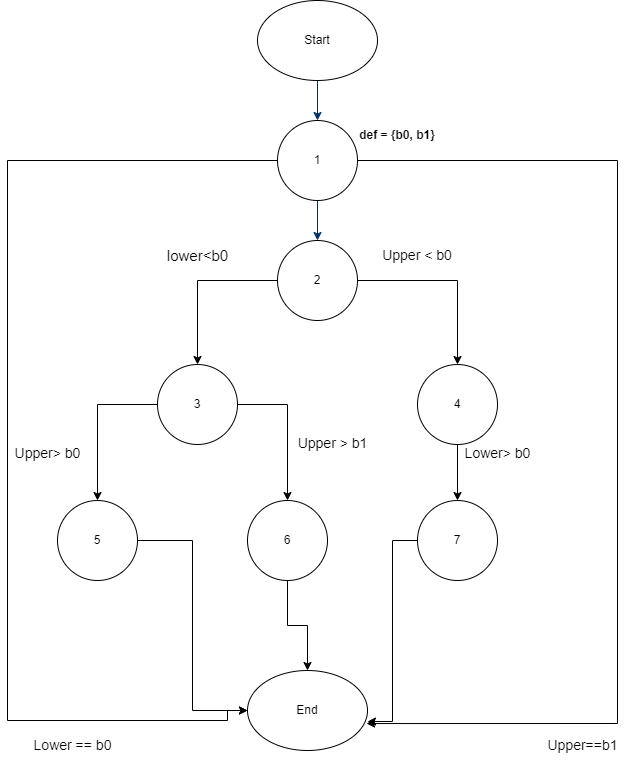
Before: Images/RANGE.drawio.png, a diagram exported from draw.io (jui-kumkum/SENG637_Assignment3_Group4). Source tidied: cells renumbered, new cells last; positions are measured from the earlier drawing's top-left corner, leaving out a move shared by most shapes. The source it was exported from:
```xml
<mxGraphModel>
  <root>
    <mxCell id="0" />
    <mxCell id="1" parent="0" />
    <mxCell id="2" style="fontStyle=1;strokeColor=#003366;strokeWidth=1;html=1;" parent="1" edge="1">
      <mxGeometry relative="1" as="geometry">
        <mxPoint x="315" y="80" as="sourcePoint" />
        <mxPoint x="315" y="120" as="targetPoint" />
      </mxGeometry>
    </mxCell>
    <mxCell id="3" style="fontStyle=1;strokeColor=#003366;strokeWidth=1;html=1;" parent="1" edge="1">
      <mxGeometry relative="1" as="geometry">
        <mxPoint x="315" y="200" as="sourcePoint" />
        <mxPoint x="315" y="240" as="targetPoint" />
      </mxGeometry>
    </mxCell>
    <mxCell id="4" style="edgeStyle=orthogonalEdgeStyle;rounded=0;jettySize=auto;html=1;entryX=0.992;entryY=0.663;entryDx=0;entryDy=0;entryPerimeter=0;" parent="1" edge="1" source="6" target="16">
      <mxGeometry relative="1" as="geometry">
        <Array as="points">
          <mxPoint x="615" y="160" />
          <mxPoint x="615" y="723" />
        </Array>
      </mxGeometry>
    </mxCell>
    <mxCell id="5" style="edgeStyle=orthogonalEdgeStyle;rounded=0;jettySize=auto;html=1;entryX=0;entryY=0.5;entryDx=0;entryDy=0;" parent="1" edge="1" source="6" target="16">
      <mxGeometry relative="1" as="geometry">
        <Array as="points">
          <mxPoint x="5" y="160" />
          <mxPoint x="5" y="720" />
          <mxPoint x="225" y="720" />
        </Array>
      </mxGeometry>
    </mxCell>
    <mxCell id="6" value="1" style="ellipse;whiteSpace=wrap;html=1;" parent="1" vertex="1">
      <mxGeometry x="275" y="120" width="80" height="80" as="geometry" />
    </mxCell>
    <mxCell id="7" style="edgeStyle=orthogonalEdgeStyle;rounded=0;jettySize=auto;html=1;entryX=0.5;entryY=0;entryDx=0;entryDy=0;" parent="1" edge="1" source="9" target="12">
      <mxGeometry relative="1" as="geometry" />
    </mxCell>
    <mxCell id="8" style="edgeStyle=orthogonalEdgeStyle;rounded=0;jettySize=auto;html=1;entryX=0.5;entryY=0;entryDx=0;entryDy=0;" parent="1" edge="1" source="9" target="15">
      <mxGeometry relative="1" as="geometry" />
    </mxCell>
    <mxCell id="9" value="2" style="ellipse;whiteSpace=wrap;html=1;" parent="1" vertex="1">
      <mxGeometry x="275" y="240" width="80" height="80" as="geometry" />
    </mxCell>
    <mxCell id="10" style="edgeStyle=orthogonalEdgeStyle;rounded=0;jettySize=auto;html=1;entryX=0.5;entryY=0;entryDx=0;entryDy=0;" parent="1" edge="1" source="12" target="21">
      <mxGeometry relative="1" as="geometry" />
    </mxCell>
    <mxCell id="11" style="edgeStyle=orthogonalEdgeStyle;rounded=0;jettySize=auto;html=1;entryX=0.5;entryY=0;entryDx=0;entryDy=0;" parent="1" edge="1" source="12" target="23">
      <mxGeometry relative="1" as="geometry" />
    </mxCell>
    <mxCell id="12" value="3" style="ellipse;whiteSpace=wrap;html=1;" parent="1" vertex="1">
      <mxGeometry x="155" y="364" width="80" height="80" as="geometry" />
    </mxCell>
    <mxCell id="13" value="&lt;b&gt;def = {b0, b1}&lt;/b&gt;" style="text;html=1;align=center;verticalAlign=middle;whiteSpace=wrap;rounded=0;" parent="1" vertex="1">
      <mxGeometry x="355" y="120" width="80" height="30" as="geometry" />
    </mxCell>
    <mxCell id="14" style="edgeStyle=orthogonalEdgeStyle;rounded=0;jettySize=auto;html=1;entryX=0.5;entryY=0;entryDx=0;entryDy=0;" parent="1" edge="1" source="15" target="24">
      <mxGeometry relative="1" as="geometry" />
    </mxCell>
    <mxCell id="15" value="4" style="ellipse;whiteSpace=wrap;html=1;" parent="1" vertex="1">
      <mxGeometry x="415" y="364" width="80" height="80" as="geometry" />
    </mxCell>
    <mxCell id="16" value="End" style="ellipse;whiteSpace=wrap;html=1;" parent="1" vertex="1">
      <mxGeometry x="245" y="670" width="120" height="80" as="geometry" />
    </mxCell>
    <mxCell id="17" value="&lt;font style=&quot;font-size: 14px;&quot;&gt;Upper &amp;lt; b0&lt;/font&gt;" style="text;html=1;align=center;verticalAlign=middle;whiteSpace=wrap;rounded=0;" parent="1" vertex="1">
      <mxGeometry x="375" y="240" width="80" height="30" as="geometry" />
    </mxCell>
    <mxCell id="18" value="&lt;font style=&quot;font-size: 15px;&quot;&gt;lower&amp;lt;b0&lt;/font&gt;" style="text;html=1;align=center;verticalAlign=middle;strokeColor=none;fillColor=none;" parent="1" vertex="1">
      <mxGeometry x="155" y="240" width="80" height="30" as="geometry" />
    </mxCell>
    <mxCell id="19" value="Start" style="ellipse;whiteSpace=wrap;html=1;" parent="1" vertex="1">
      <mxGeometry x="255" width="120" height="80" as="geometry" />
    </mxCell>
    <mxCell id="20" style="edgeStyle=orthogonalEdgeStyle;rounded=0;jettySize=auto;html=1;entryX=0;entryY=0.5;entryDx=0;entryDy=0;" parent="1" edge="1" source="21" target="16">
      <mxGeometry relative="1" as="geometry" />
    </mxCell>
    <mxCell id="21" value="5" style="ellipse;whiteSpace=wrap;html=1;" parent="1" vertex="1">
      <mxGeometry x="55" y="500" width="80" height="80" as="geometry" />
    </mxCell>
    <mxCell id="22" style="edgeStyle=orthogonalEdgeStyle;rounded=0;jettySize=auto;html=1;entryX=0.5;entryY=0;entryDx=0;entryDy=0;" parent="1" edge="1" source="23" target="16">
      <mxGeometry relative="1" as="geometry" />
    </mxCell>
    <mxCell id="23" value="6" style="ellipse;whiteSpace=wrap;html=1;" parent="1" vertex="1">
      <mxGeometry x="245" y="500" width="80" height="80" as="geometry" />
    </mxCell>
    <mxCell id="24" value="7" style="ellipse;whiteSpace=wrap;html=1;" parent="1" vertex="1">
      <mxGeometry x="415" y="500" width="80" height="80" as="geometry" />
    </mxCell>
    <mxCell id="25" value="&lt;font style=&quot;font-size: 14px;&quot;&gt;Upper&amp;gt; b0&lt;/font&gt;" style="text;html=1;align=center;verticalAlign=middle;strokeColor=none;fillColor=none;" parent="1" vertex="1">
      <mxGeometry y="438" width="90" height="30" as="geometry" />
    </mxCell>
    <mxCell id="26" value="&lt;font style=&quot;font-size: 14px;&quot;&gt;Upper &amp;gt; b1&lt;br&gt;&lt;/font&gt;" style="text;html=1;align=center;verticalAlign=middle;strokeColor=none;fillColor=none;" parent="1" vertex="1">
      <mxGeometry x="285" y="428" width="90" height="30" as="geometry" />
    </mxCell>
    <mxCell id="27" style="edgeStyle=orthogonalEdgeStyle;rounded=0;jettySize=auto;html=1;entryX=1;entryY=0.638;entryDx=0;entryDy=0;entryPerimeter=0;" parent="1" edge="1" source="24" target="16">
      <mxGeometry relative="1" as="geometry" />
    </mxCell>
    <mxCell id="28" value="&lt;font style=&quot;font-size: 14px;&quot;&gt;Lower&amp;gt; b0&lt;br&gt;&lt;/font&gt;" style="text;html=1;align=center;verticalAlign=middle;strokeColor=none;fillColor=none;" parent="1" vertex="1">
      <mxGeometry x="450" y="438" width="90" height="30" as="geometry" />
    </mxCell>
    <mxCell id="29" value="&lt;font style=&quot;font-size: 14px;&quot;&gt;Upper==b1&lt;/font&gt;" style="text;html=1;align=center;verticalAlign=middle;strokeColor=none;fillColor=none;" parent="1" vertex="1">
      <mxGeometry x="535" y="730" width="90" height="30" as="geometry" />
    </mxCell>
    <mxCell id="30" value="&lt;font style=&quot;font-size: 14px;&quot;&gt;Lower == b0&lt;/font&gt;" style="text;html=1;align=center;verticalAlign=middle;strokeColor=none;fillColor=none;" parent="1" vertex="1">
      <mxGeometry x="20" y="730" width="100" height="30" as="geometry" />
    </mxCell>
  </root>
</mxGraphModel>
```
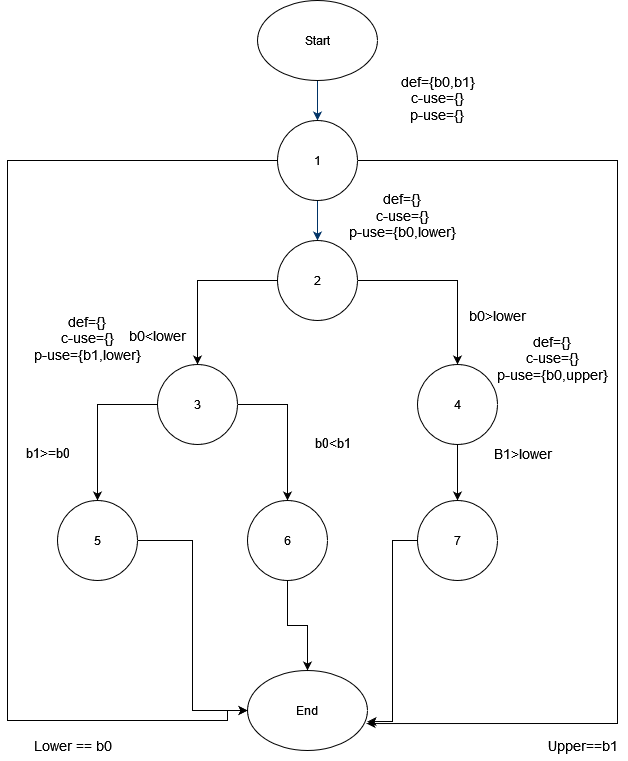
Above is the later version.

The edit, as a diff of the source:
```diff
@@ -52,9 +52,6 @@
     <mxCell id="12" value="3" style="ellipse;whiteSpace=wrap;html=1;" parent="1" vertex="1">
       <mxGeometry x="155" y="364" width="80" height="80" as="geometry" />
     </mxCell>
-    <mxCell id="13" value="&lt;b&gt;def = {b0, b1}&lt;/b&gt;" style="text;html=1;align=center;verticalAlign=middle;whiteSpace=wrap;rounded=0;" parent="1" vertex="1">
-      <mxGeometry x="355" y="120" width="80" height="30" as="geometry" />
-    </mxCell>
     <mxCell id="14" style="edgeStyle=orthogonalEdgeStyle;rounded=0;jettySize=auto;html=1;entryX=0.5;entryY=0;entryDx=0;entryDy=0;" parent="1" edge="1" source="15" target="24">
       <mxGeometry relative="1" as="geometry" />
     </mxCell>
@@ -64,11 +61,11 @@
     <mxCell id="16" value="End" style="ellipse;whiteSpace=wrap;html=1;" parent="1" vertex="1">
       <mxGeometry x="245" y="670" width="120" height="80" as="geometry" />
     </mxCell>
-    <mxCell id="17" value="&lt;font style=&quot;font-size: 14px;&quot;&gt;Upper &amp;lt; b0&lt;/font&gt;" style="text;html=1;align=center;verticalAlign=middle;whiteSpace=wrap;rounded=0;" parent="1" vertex="1">
-      <mxGeometry x="375" y="240" width="80" height="30" as="geometry" />
+    <mxCell id="17" value="&lt;font style=&quot;font-size: 14px;&quot;&gt;b0&amp;gt;lower&lt;/font&gt;" style="text;html=1;align=center;verticalAlign=middle;whiteSpace=wrap;rounded=0;" parent="1" vertex="1">
+      <mxGeometry x="455" y="300" width="80" height="30" as="geometry" />
     </mxCell>
-    <mxCell id="18" value="&lt;font style=&quot;font-size: 15px;&quot;&gt;lower&amp;lt;b0&lt;/font&gt;" style="text;html=1;align=center;verticalAlign=middle;strokeColor=none;fillColor=none;" parent="1" vertex="1">
-      <mxGeometry x="155" y="240" width="80" height="30" as="geometry" />
+    <mxCell id="18" value="&lt;font style=&quot;font-size: 14px;&quot;&gt;b0&amp;lt;lower&lt;/font&gt;" style="text;html=1;align=center;verticalAlign=middle;strokeColor=none;fillColor=none;" parent="1" vertex="1">
+      <mxGeometry x="115" y="320" width="80" height="30" as="geometry" />
     </mxCell>
     <mxCell id="19" value="Start" style="ellipse;whiteSpace=wrap;html=1;" parent="1" vertex="1">
       <mxGeometry x="255" width="120" height="80" as="geometry" />
@@ -88,17 +85,17 @@
     <mxCell id="24" value="7" style="ellipse;whiteSpace=wrap;html=1;" parent="1" vertex="1">
       <mxGeometry x="415" y="500" width="80" height="80" as="geometry" />
     </mxCell>
-    <mxCell id="25" value="&lt;font style=&quot;font-size: 14px;&quot;&gt;Upper&amp;gt; b0&lt;/font&gt;" style="text;html=1;align=center;verticalAlign=middle;strokeColor=none;fillColor=none;" parent="1" vertex="1">
-      <mxGeometry y="438" width="90" height="30" as="geometry" />
+    <mxCell id="25" value="&lt;font style=&quot;font-size: 13px;&quot;&gt;b1&amp;gt;=b0&lt;/font&gt;" style="text;html=1;align=center;verticalAlign=middle;strokeColor=none;fillColor=none;" parent="1" vertex="1">
+      <mxGeometry x="10" y="438" width="70" height="30" as="geometry" />
     </mxCell>
-    <mxCell id="26" value="&lt;font style=&quot;font-size: 14px;&quot;&gt;Upper &amp;gt; b1&lt;br&gt;&lt;/font&gt;" style="text;html=1;align=center;verticalAlign=middle;strokeColor=none;fillColor=none;" parent="1" vertex="1">
-      <mxGeometry x="285" y="428" width="90" height="30" as="geometry" />
+    <mxCell id="26" value="&lt;font style=&quot;font-size: 13px;&quot;&gt;b0&amp;lt;b1&lt;/font&gt;" style="text;html=1;align=center;verticalAlign=middle;strokeColor=none;fillColor=none;" parent="1" vertex="1">
+      <mxGeometry x="300" y="428" width="60" height="30" as="geometry" />
     </mxCell>
     <mxCell id="27" style="edgeStyle=orthogonalEdgeStyle;rounded=0;jettySize=auto;html=1;entryX=1;entryY=0.638;entryDx=0;entryDy=0;entryPerimeter=0;" parent="1" edge="1" source="24" target="16">
       <mxGeometry relative="1" as="geometry" />
     </mxCell>
-    <mxCell id="28" value="&lt;font style=&quot;font-size: 14px;&quot;&gt;Lower&amp;gt; b0&lt;br&gt;&lt;/font&gt;" style="text;html=1;align=center;verticalAlign=middle;strokeColor=none;fillColor=none;" parent="1" vertex="1">
-      <mxGeometry x="450" y="438" width="90" height="30" as="geometry" />
+    <mxCell id="28" value="&lt;font style=&quot;font-size: 14px;&quot;&gt;B1&amp;gt;lower&lt;/font&gt;" style="text;html=1;align=center;verticalAlign=middle;strokeColor=none;fillColor=none;" parent="1" vertex="1">
+      <mxGeometry x="480" y="438" width="80" height="30" as="geometry" />
     </mxCell>
     <mxCell id="29" value="&lt;font style=&quot;font-size: 14px;&quot;&gt;Upper==b1&lt;/font&gt;" style="text;html=1;align=center;verticalAlign=middle;strokeColor=none;fillColor=none;" parent="1" vertex="1">
       <mxGeometry x="535" y="730" width="90" height="30" as="geometry" />
@@ -106,5 +103,17 @@
     <mxCell id="30" value="&lt;font style=&quot;font-size: 14px;&quot;&gt;Lower == b0&lt;/font&gt;" style="text;html=1;align=center;verticalAlign=middle;strokeColor=none;fillColor=none;" parent="1" vertex="1">
       <mxGeometry x="20" y="730" width="100" height="30" as="geometry" />
     </mxCell>
+    <mxCell id="31" value="&lt;br&gt;&lt;font style=&quot;font-size: 14px;&quot;&gt;def={}&lt;br&gt;c-use={}&lt;br&gt;p-use={b0,lower}&lt;br&gt;&lt;/font&gt;&lt;div&gt;&lt;br/&gt;&lt;/div&gt;" style="text;html=1;align=center;verticalAlign=middle;strokeColor=none;fillColor=none;" parent="1" vertex="1">
+      <mxGeometry x="335" y="170" width="130" height="90" as="geometry" />
+    </mxCell>
+    <mxCell id="32" value="&lt;br&gt;&lt;font style=&quot;font-size: 14px;&quot;&gt;def={b0,b1}&lt;br&gt;c-use={}&lt;br&gt;p-use={}&lt;br&gt;&lt;/font&gt;&lt;br&gt;&lt;div&gt;&lt;br&gt;&lt;/div&gt;" style="text;html=1;align=center;verticalAlign=middle;strokeColor=none;fillColor=none;" parent="1" vertex="1">
+      <mxGeometry x="385" y="50" width="100" height="110" as="geometry" />
+    </mxCell>
+    <mxCell id="33" value="&lt;br&gt;&lt;font style=&quot;font-size: 14px;&quot;&gt;def={}&lt;br&gt;c-use={}&lt;br&gt;p-use={b1,lower}&lt;br&gt;&lt;/font&gt;&lt;div&gt;&lt;br&gt;&lt;br&gt;&lt;/div&gt;" style="text;html=1;align=center;verticalAlign=middle;strokeColor=none;fillColor=none;" parent="1" vertex="1">
+      <mxGeometry x="20" y="290" width="130" height="110" as="geometry" />
+    </mxCell>
+    <mxCell id="34" value="&lt;br&gt;&lt;font style=&quot;font-size: 14px;&quot;&gt;def={}&lt;br&gt;c-use={}&lt;br&gt;p-use={b0,upper}&lt;br&gt;&lt;/font&gt;&lt;div&gt;&lt;br&gt;&lt;br&gt;&lt;/div&gt;" style="text;html=1;align=center;verticalAlign=middle;strokeColor=none;fillColor=none;" parent="1" vertex="1">
+      <mxGeometry x="485" y="310" width="130" height="110" as="geometry" />
+    </mxCell>
   </root>
 </mxGraphModel>
```
